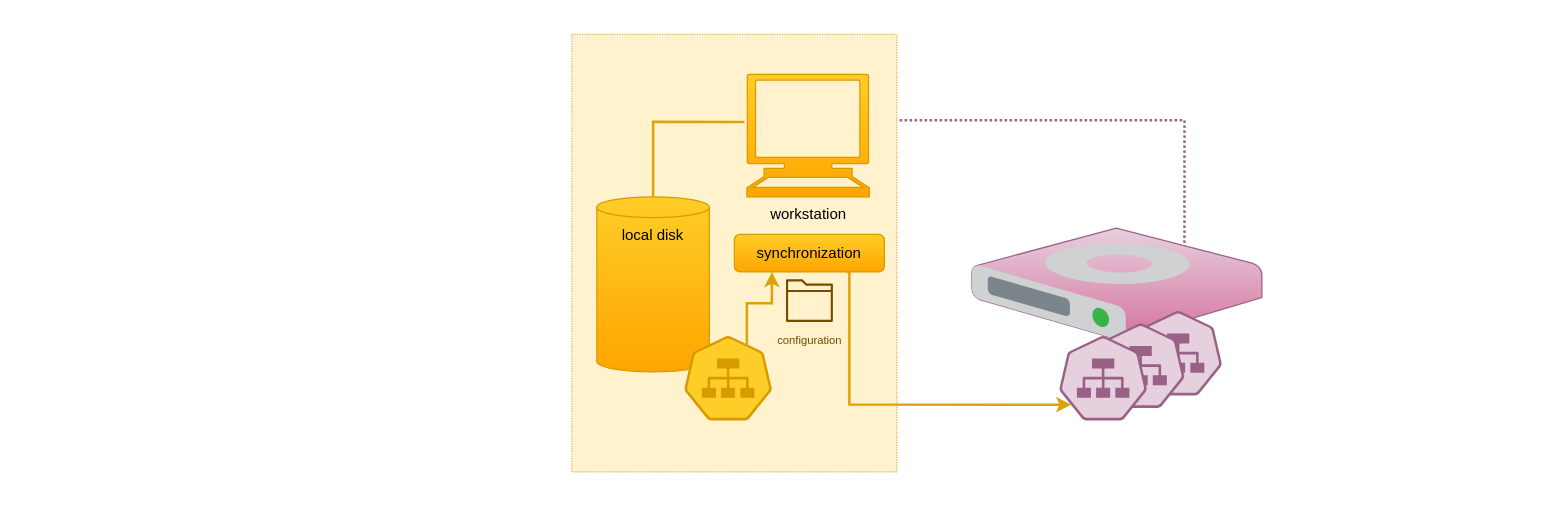
Before: page "parallel" (1 of 6) of blog/data/assets/images/cabri-tech-ovw/diagrams.drawio in t-beigbeder/otvl_blog, a draw.io diagram. Source tidied: cells renumbered, new cells numbered last; positions are measured from the earlier drawing's top-left corner, leaving out a move shared by most shapes. Both pictures are drawn from the tidied source at 125%, with x=0, y=0 at pixel (21, 21).
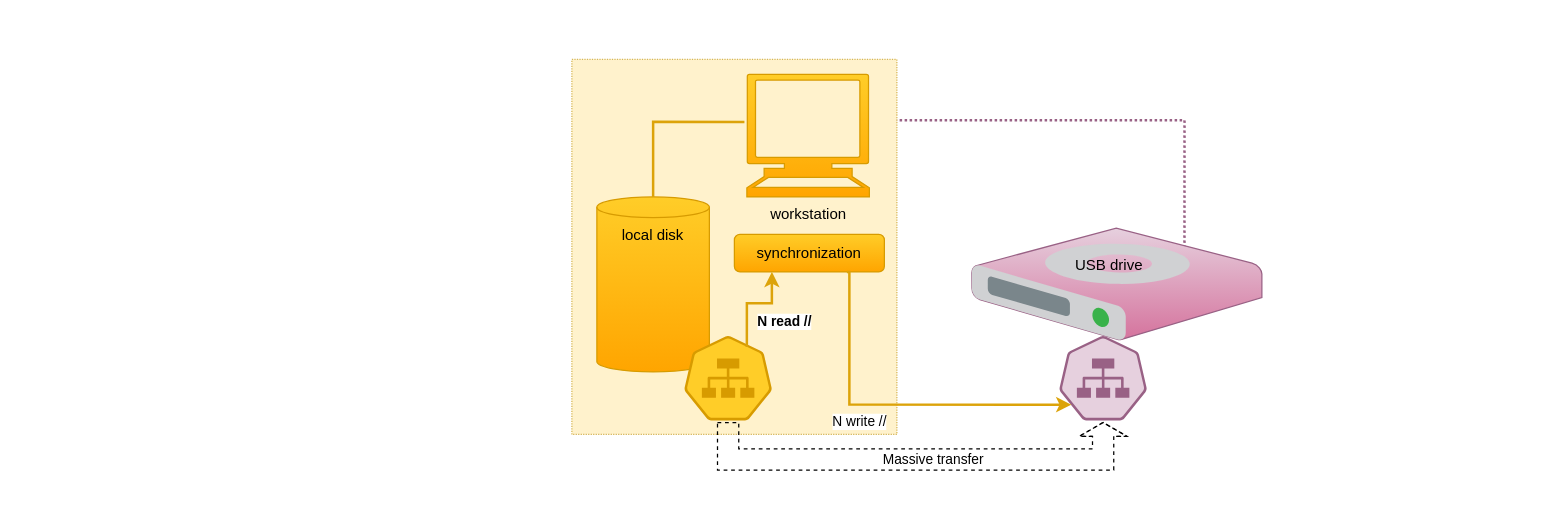
Above is the later version.

Unchanged cells that the change refers to:
```xml
<mxCell id="8" style="sketch=0;html=1;dashed=0;whitespace=wrap;fillColor=#ffcd28;strokeColor=#d79b00;points=[[0.005,0.63,0],[0.1,0.2,0],[0.9,0.2,0],[0.5,0,0],[0.995,0.63,0],[0.72,0.99,0],[0.5,1,0],[0.28,0.99,0]];verticalLabelPosition=bottom;align=center;verticalAlign=top;shape=mxgraph.kubernetes.icon;prIcon=svc;gradientColor=#ffa500;" parent="1" vertex="1">
  <mxGeometry x="530" y="250" width="70" height="70" as="geometry" />
</mxCell>
<mxCell id="12" style="sketch=0;html=1;dashed=0;whitespace=wrap;fillColor=#e6d0de;strokeColor=#996185;points=[[0.005,0.63,0],[0.1,0.2,0],[0.9,0.2,0],[0.5,0,0],[0.995,0.63,0],[0.72,0.99,0],[0.5,1,0],[0.28,0.99,0]];verticalLabelPosition=bottom;align=center;verticalAlign=top;shape=mxgraph.kubernetes.icon;prIcon=svc;gradientColor=#d5739d;" parent="1" vertex="1">
  <mxGeometry x="830" y="250" width="70" height="70" as="geometry" />
</mxCell>
<mxCell id="13" value="synchronization" style="rounded=1;whiteSpace=wrap;html=1;fillColor=#ffcd28;gradientColor=#ffa500;strokeColor=#d79b00;" parent="1" vertex="1">
  <mxGeometry x="570" y="170" width="120" height="30" as="geometry" />
</mxCell>
```

What changed in the source:
```diff
@@
     <mxCell id="2" style="rounded=0;whiteSpace=wrap;html=1;strokeColor=none;fillColor=none;" parent="1" vertex="1">
-      <mxGeometry width="1200" height="370" as="geometry" />
+      <mxGeometry y="16" width="1200" height="370" as="geometry" />
     </mxCell>
@@
-    <mxCell id="4" style="sketch=0;shadow=0;dashed=0;html=1;labelPosition=center;verticalLabelPosition=bottom;verticalAlign=top;align=center;outlineConnect=0;shape=mxgraph.veeam.3d.hard_drive;fillColor=#e6d0de;strokeColor=#996185;gradientColor=#d5739d;" parent="1" vertex="1">
-      <mxGeometry x="760" y="165" width="232" height="90" as="geometry" />
-    </mxCell>
     <mxCell id="5" style="rounded=0;whiteSpace=wrap;html=1;dashed=1;dashPattern=1 1;fillColor=#fff2cc;strokeColor=#d6b656;" parent="1" vertex="1">
-      <mxGeometry x="440" y="10" width="260" height="350" as="geometry" />
+      <mxGeometry x="440" y="30" width="260" height="300" as="geometry" />
     </mxCell>
@@
-    <mxCell id="9" style="sketch=0;html=1;dashed=0;whitespace=wrap;fillColor=#e6d0de;strokeColor=#996185;verticalLabelPosition=bottom;align=center;verticalAlign=top;shape=mxgraph.kubernetes.icon;prIcon=svc;gradientColor=#d5739d;" parent="1" vertex="1">
-      <mxGeometry x="890" y="230" width="70" height="70" as="geometry" />
-    </mxCell>
@@
-    <mxCell id="11" style="sketch=0;html=1;dashed=0;whitespace=wrap;fillColor=#e6d0de;strokeColor=#996185;verticalLabelPosition=bottom;align=center;verticalAlign=top;shape=mxgraph.kubernetes.icon;prIcon=svc;gradientColor=#d5739d;" parent="1" vertex="1">
-      <mxGeometry x="860" y="240" width="70" height="70" as="geometry" />
-    </mxCell>
@@
-    <mxCell id="14" style="endArrow=classic;html=1;rounded=0;exitX=0.714;exitY=0.143;exitDx=0;exitDy=0;exitPerimeter=0;entryX=0.25;entryY=1;entryDx=0;entryDy=0;strokeColor=#dca30a;strokeWidth=2;endFill=1;edgeStyle=orthogonalEdgeStyle;" parent="1" edge="1" source="8" target="13">
-      <mxGeometry relative="1" as="geometry" />
+    <mxCell id="14" value="&lt;font style=&quot;font-size: 11px;&quot;&gt;&lt;b&gt;N read //&lt;/b&gt;&lt;/font&gt;" style="endArrow=classic;html=1;rounded=0;exitX=0.714;exitY=0.143;exitDx=0;exitDy=0;exitPerimeter=0;entryX=0.25;entryY=1;entryDx=0;entryDy=0;strokeColor=#dca30a;strokeWidth=2;endFill=1;edgeStyle=orthogonalEdgeStyle;" parent="1" edge="1" source="8" target="13">
+      <mxGeometry x="0.38" y="-18" relative="1" as="geometry">
+        <mxPoint x="-8" y="15" as="offset" />
+      </mxGeometry>
     </mxCell>
-    <mxCell id="15" style="endArrow=classic;html=1;rounded=0;exitX=0.75;exitY=1;exitDx=0;exitDy=0;entryX=0.137;entryY=0.803;entryDx=0;entryDy=0;entryPerimeter=0;strokeColor=#dca30a;strokeWidth=2;endFill=1;edgeStyle=orthogonalEdgeStyle;" parent="1" edge="1" source="13" target="12">
-      <mxGeometry relative="1" as="geometry">
+    <mxCell id="15" value="N write //" style="endArrow=classic;html=1;rounded=0;exitX=0.75;exitY=1;exitDx=0;exitDy=0;entryX=0.137;entryY=0.803;entryDx=0;entryDy=0;entryPerimeter=0;strokeColor=#dca30a;strokeWidth=2;endFill=1;edgeStyle=orthogonalEdgeStyle;" parent="1" edge="1" source="13" target="12">
+      <mxGeometry x="-0.19" y="-14" relative="1" as="geometry">
         <Array as="points">
           <mxPoint x="662" y="306" />
         </Array>
       </mxGeometry>
     </mxCell>
-    <mxCell id="16" value="&lt;font style=&quot;font-size: 9px;&quot; color=&quot;#754c00&quot;&gt;configuration&lt;/font&gt;" style="sketch=0;fillColor=#754C00;strokeColor=#3700CC;dashed=0;verticalLabelPosition=bottom;verticalAlign=top;align=center;html=1;fontSize=12;fontStyle=0;shape=mxgraph.aws4.folder;strokeWidth=4;fontColor=#ffffff;" parent="1" vertex="1">
-      <mxGeometry x="611.3" y="205.9" width="37.5" height="34.1" as="geometry" />
-    </mxCell>
+    <mxCell id="17" value="Massive transfer" style="endArrow=classic;html=1;rounded=0;exitX=0.5;exitY=1;exitDx=0;exitDy=0;exitPerimeter=0;entryX=0.5;entryY=1;entryDx=0;entryDy=0;entryPerimeter=0;edgeStyle=orthogonalEdgeStyle;curved=1;dashed=1;shape=flexArrow;labelBackgroundColor=none;width=17;endSize=3.335;" parent="1" edge="1" source="8" target="12">
+      <mxGeometry x="0.08" relative="1" as="geometry">
+        <Array as="points">
+          <mxPoint x="565" y="350" />
+          <mxPoint x="865" y="350" />
+        </Array>
+      </mxGeometry>
+    </mxCell>
+    <mxCell id="4" style="sketch=0;shadow=0;dashed=0;html=1;labelPosition=center;verticalLabelPosition=bottom;verticalAlign=top;align=center;outlineConnect=0;shape=mxgraph.veeam.3d.hard_drive;fillColor=#e6d0de;strokeColor=#996185;gradientColor=#d5739d;" parent="1" vertex="1">
+      <mxGeometry x="760" y="165" width="232" height="90" as="geometry" />
+    </mxCell>
+    <mxCell id="18" value="USB drive" style="text;html=1;strokeColor=none;fillColor=none;align=center;verticalAlign=middle;whiteSpace=wrap;rounded=0;" parent="1" vertex="1">
+      <mxGeometry x="840" y="180" width="60" height="30" as="geometry" />
+    </mxCell>
```
